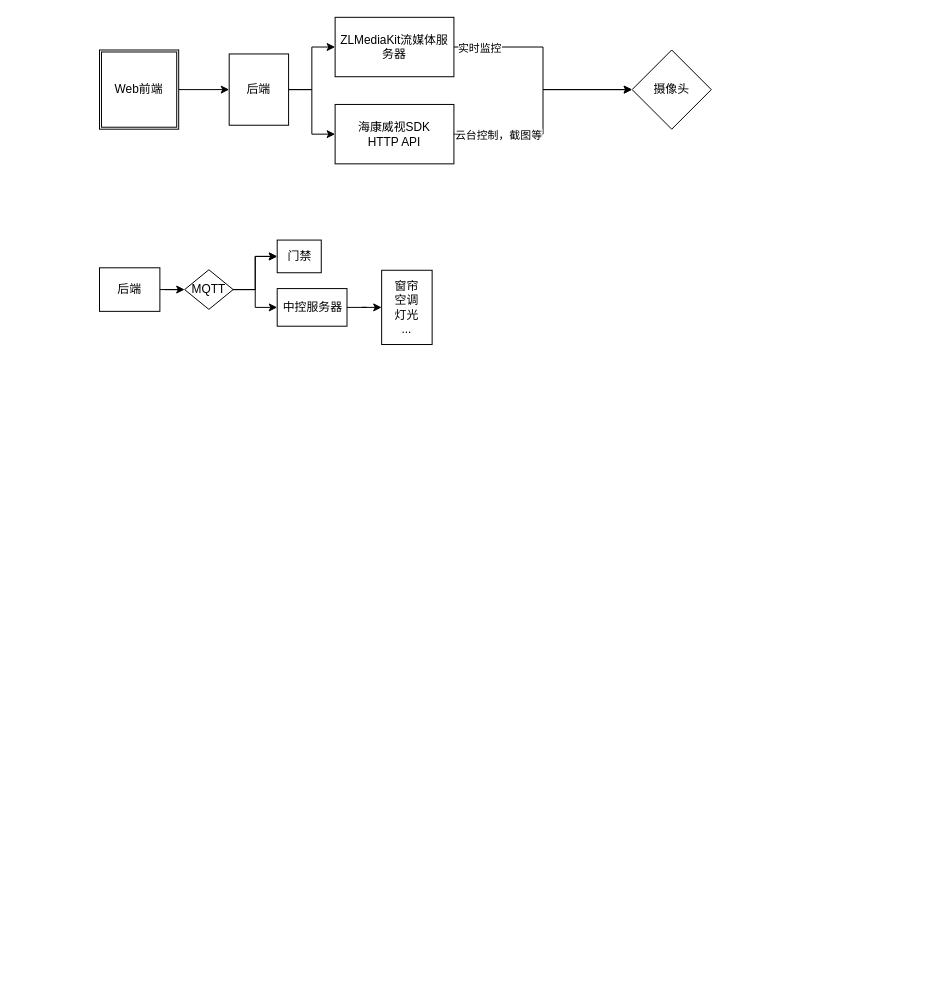
The draw.io diagram 未命名绘图.drawio in nullptr0xf/drawio, before the edit. Source tidied: cells renumbered, new cells numbered last; positions are measured from the earlier drawing's top-left corner, leaving out a move shared by most shapes. Both pictures are drawn from the tidied source at 99%, with x=0, y=0 at pixel (99, 17).
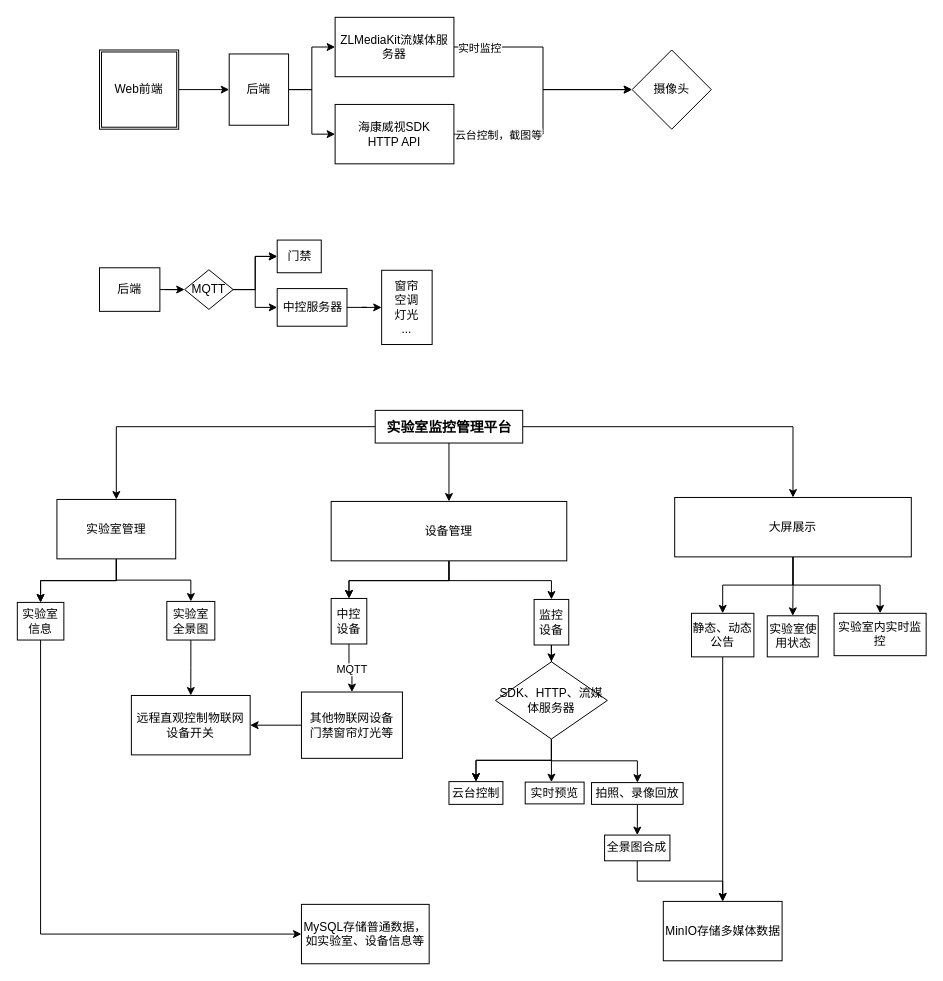
The same page after the edit.

Diff of the diagram source:
```diff
@@
+    <mxCell id="24" style="edgeStyle=orthogonalEdgeStyle;rounded=0;jettySize=auto;html=1;entryX=0.5;entryY=0;entryDx=0;entryDy=0;" parent="1" edge="1" source="27" target="31">
+      <mxGeometry relative="1" as="geometry" />
+    </mxCell>
+    <mxCell id="25" style="edgeStyle=orthogonalEdgeStyle;rounded=0;jettySize=auto;html=1;entryX=0.5;entryY=0;entryDx=0;entryDy=0;" parent="1" edge="1" source="27" target="35">
+      <mxGeometry relative="1" as="geometry" />
+    </mxCell>
+    <mxCell id="26" style="edgeStyle=orthogonalEdgeStyle;rounded=0;jettySize=auto;html=1;entryX=0.5;entryY=0;entryDx=0;entryDy=0;" parent="1" edge="1" source="27" target="39">
+      <mxGeometry relative="1" as="geometry" />
+    </mxCell>
+    <mxCell id="27" value="&lt;p style=&quot;line-height: 24pt;&quot; align=&quot;center&quot; class=&quot;MsoNormal&quot;&gt;&lt;b&gt;&lt;span style=&quot;font-family: 宋体; font-size: 10.5pt;&quot;&gt;实验室监控管理平台&lt;/span&gt;&lt;/b&gt;&lt;/p&gt;" style="whiteSpace=wrap;html=1;" parent="1" vertex="1">
+      <mxGeometry x="278.5" y="397" width="149" height="33" as="geometry" />
+    </mxCell>
+    <mxCell id="28" style="edgeStyle=orthogonalEdgeStyle;rounded=0;jettySize=auto;html=1;" parent="1" edge="1" source="31" target="43">
+      <mxGeometry relative="1" as="geometry" />
+    </mxCell>
+    <mxCell id="29" style="edgeStyle=orthogonalEdgeStyle;rounded=0;jettySize=auto;html=1;" parent="1" edge="1" source="31" target="43">
+      <mxGeometry relative="1" as="geometry" />
+    </mxCell>
+    <mxCell id="30" style="edgeStyle=orthogonalEdgeStyle;rounded=0;jettySize=auto;html=1;entryX=0.5;entryY=0;entryDx=0;entryDy=0;" parent="1" edge="1" source="31" target="45">
+      <mxGeometry relative="1" as="geometry" />
+    </mxCell>
+    <mxCell id="31" value="实验室管理" style="rounded=0;whiteSpace=wrap;html=1;" parent="1" vertex="1">
+      <mxGeometry x="-43" y="487" width="120" height="60" as="geometry" />
+    </mxCell>
+    <mxCell id="32" style="edgeStyle=orthogonalEdgeStyle;rounded=0;jettySize=auto;html=1;" parent="1" edge="1" source="35" target="48">
+      <mxGeometry relative="1" as="geometry" />
+    </mxCell>
+    <mxCell id="33" style="edgeStyle=orthogonalEdgeStyle;rounded=0;jettySize=auto;html=1;" parent="1" edge="1" source="35" target="48">
+      <mxGeometry relative="1" as="geometry" />
+    </mxCell>
+    <mxCell id="34" style="edgeStyle=orthogonalEdgeStyle;rounded=0;jettySize=auto;html=1;" parent="1" edge="1" source="35" target="50">
+      <mxGeometry relative="1" as="geometry" />
+    </mxCell>
+    <mxCell id="35" value="设备管理" style="rounded=0;whiteSpace=wrap;html=1;" parent="1" vertex="1">
+      <mxGeometry x="234" y="489" width="238" height="60" as="geometry" />
+    </mxCell>
+    <mxCell id="36" style="edgeStyle=orthogonalEdgeStyle;rounded=0;jettySize=auto;html=1;" parent="1" edge="1" source="39" target="52">
+      <mxGeometry relative="1" as="geometry" />
+    </mxCell>
+    <mxCell id="37" style="edgeStyle=orthogonalEdgeStyle;rounded=0;jettySize=auto;html=1;" parent="1" edge="1" source="39" target="53">
+      <mxGeometry relative="1" as="geometry" />
+    </mxCell>
+    <mxCell id="38" style="edgeStyle=orthogonalEdgeStyle;rounded=0;jettySize=auto;html=1;" parent="1" edge="1" source="39" target="67">
+      <mxGeometry relative="1" as="geometry" />
+    </mxCell>
+    <mxCell id="39" value="大屏展示" style="rounded=0;whiteSpace=wrap;html=1;" parent="1" vertex="1">
+      <mxGeometry x="581" y="485" width="239" height="60" as="geometry" />
+    </mxCell>
+    <mxCell id="40" value="MySQL存储普通数据，如实验室、设备信息等" style="rounded=0;whiteSpace=wrap;html=1;" parent="1" vertex="1">
+      <mxGeometry x="204" y="896" width="129" height="60" as="geometry" />
+    </mxCell>
+    <mxCell id="41" value="MinIO存储多媒体数据" style="rounded=0;whiteSpace=wrap;html=1;" parent="1" vertex="1">
+      <mxGeometry x="569.5" y="893" width="120" height="60" as="geometry" />
+    </mxCell>
+    <mxCell id="42" style="edgeStyle=orthogonalEdgeStyle;rounded=0;jettySize=auto;html=1;entryX=0;entryY=0.5;entryDx=0;entryDy=0;exitX=0.5;exitY=1;exitDx=0;exitDy=0;" parent="1" edge="1" source="43" target="40">
+      <mxGeometry relative="1" as="geometry" />
+    </mxCell>
+    <mxCell id="43" value="实验室信息" style="rounded=0;whiteSpace=wrap;html=1;" parent="1" vertex="1">
+      <mxGeometry x="-83" y="591" width="47" height="38" as="geometry" />
+    </mxCell>
+    <mxCell id="44" style="edgeStyle=orthogonalEdgeStyle;rounded=0;jettySize=auto;html=1;" parent="1" edge="1" source="45" target="68">
+      <mxGeometry relative="1" as="geometry" />
+    </mxCell>
+    <mxCell id="45" value="实验室全景图" style="rounded=0;whiteSpace=wrap;html=1;" parent="1" vertex="1">
+      <mxGeometry x="68" y="590" width="48.5" height="39" as="geometry" />
+    </mxCell>
+    <mxCell id="46" style="edgeStyle=orthogonalEdgeStyle;rounded=0;jettySize=auto;html=1;entryX=0.5;entryY=0;entryDx=0;entryDy=0;" parent="1" edge="1" source="48" target="55">
+      <mxGeometry relative="1" as="geometry" />
+    </mxCell>
+    <mxCell id="47" value="MQTT" style="edgeLabel;html=1;align=center;verticalAlign=middle;" parent="46" vertex="1">
+      <mxGeometry x="0.1" y="-1" relative="1" as="geometry" />
+    </mxCell>
+    <mxCell id="48" value="中控设备" style="whiteSpace=wrap;html=1;rounded=0;" parent="1" vertex="1">
+      <mxGeometry x="234" y="587" width="36" height="46" as="geometry" />
+    </mxCell>
+    <mxCell id="49" style="edgeStyle=orthogonalEdgeStyle;rounded=0;jettySize=auto;html=1;" parent="1" edge="1" source="50" target="61">
+      <mxGeometry relative="1" as="geometry" />
+    </mxCell>
+    <mxCell id="50" value="监控设备" style="rounded=0;whiteSpace=wrap;html=1;" parent="1" vertex="1">
+      <mxGeometry x="439" y="588" width="35" height="46" as="geometry" />
+    </mxCell>
+    <mxCell id="51" style="edgeStyle=orthogonalEdgeStyle;rounded=0;jettySize=auto;html=1;entryX=0.5;entryY=0;entryDx=0;entryDy=0;" parent="1" edge="1" source="52" target="41">
+      <mxGeometry relative="1" as="geometry" />
+    </mxCell>
+    <mxCell id="52" value="静态、动态公告" style="rounded=0;whiteSpace=wrap;html=1;" parent="1" vertex="1">
+      <mxGeometry x="598" y="602" width="63" height="44" as="geometry" />
+    </mxCell>
+    <mxCell id="53" value="实验室使用状态" style="rounded=0;whiteSpace=wrap;html=1;" parent="1" vertex="1">
+      <mxGeometry x="674.5" y="604.5" width="51.5" height="41.5" as="geometry" />
+    </mxCell>
+    <mxCell id="54" style="edgeStyle=orthogonalEdgeStyle;rounded=0;jettySize=auto;html=1;entryX=1;entryY=0.5;entryDx=0;entryDy=0;" parent="1" edge="1" source="55" target="68">
+      <mxGeometry relative="1" as="geometry" />
+    </mxCell>
+    <mxCell id="55" value="其他物联网设备&lt;div&gt;门禁窗帘灯光等&lt;/div&gt;" style="whiteSpace=wrap;html=1;rounded=0;" parent="1" vertex="1">
+      <mxGeometry x="204" y="681.5" width="102" height="67" as="geometry" />
+    </mxCell>
+    <mxCell id="56" value="云台控制" style="rounded=0;whiteSpace=wrap;html=1;" parent="1" vertex="1">
+      <mxGeometry x="353" y="772" width="54.5" height="23" as="geometry" />
+    </mxCell>
+    <mxCell id="57" style="edgeStyle=orthogonalEdgeStyle;rounded=0;jettySize=auto;html=1;" parent="1" edge="1" source="61" target="56">
+      <mxGeometry relative="1" as="geometry" />
+    </mxCell>
+    <mxCell id="58" style="edgeStyle=orthogonalEdgeStyle;rounded=0;jettySize=auto;html=1;" parent="1" edge="1" source="61" target="56">
+      <mxGeometry relative="1" as="geometry" />
+    </mxCell>
+    <mxCell id="59" style="edgeStyle=orthogonalEdgeStyle;rounded=0;jettySize=auto;html=1;" parent="1" edge="1" source="61" target="62">
+      <mxGeometry relative="1" as="geometry">
+        <Array as="points">
+          <mxPoint x="457" y="747" />
+          <mxPoint x="457" y="747" />
+        </Array>
+      </mxGeometry>
+    </mxCell>
+    <mxCell id="60" style="edgeStyle=orthogonalEdgeStyle;rounded=0;jettySize=auto;html=1;" parent="1" edge="1" source="61" target="64">
+      <mxGeometry relative="1" as="geometry" />
+    </mxCell>
+    <mxCell id="61" value="SDK、HTTP、流媒体服务器" style="rhombus;whiteSpace=wrap;html=1;" parent="1" vertex="1">
+      <mxGeometry x="400" y="651" width="113" height="78" as="geometry" />
+    </mxCell>
+    <mxCell id="62" value="实时预览" style="rounded=0;whiteSpace=wrap;html=1;" parent="1" vertex="1">
+      <mxGeometry x="430" y="772.5" width="59.5" height="22" as="geometry" />
+    </mxCell>
+    <mxCell id="63" style="edgeStyle=orthogonalEdgeStyle;rounded=0;jettySize=auto;html=1;" parent="1" edge="1" source="64" target="66">
+      <mxGeometry relative="1" as="geometry" />
+    </mxCell>
+    <mxCell id="64" value="拍照、录像回放" style="rounded=0;whiteSpace=wrap;html=1;" parent="1" vertex="1">
+      <mxGeometry x="497" y="773" width="92.5" height="22" as="geometry" />
+    </mxCell>
+    <mxCell id="65" style="edgeStyle=orthogonalEdgeStyle;rounded=0;jettySize=auto;html=1;entryX=0.5;entryY=0;entryDx=0;entryDy=0;" parent="1" edge="1" source="66" target="41">
+      <mxGeometry relative="1" as="geometry" />
+    </mxCell>
+    <mxCell id="66" value="全景图合成" style="whiteSpace=wrap;html=1;rounded=0;" parent="1" vertex="1">
+      <mxGeometry x="510.2" y="826" width="66" height="26" as="geometry" />
+    </mxCell>
+    <mxCell id="67" value="实验室内实时监控" style="rounded=0;whiteSpace=wrap;html=1;" parent="1" vertex="1">
+      <mxGeometry x="742" y="602" width="93" height="42.8" as="geometry" />
+    </mxCell>
+    <mxCell id="68" value="远程直观控制物联网设备开关" style="rounded=0;whiteSpace=wrap;html=1;" parent="1" vertex="1">
+      <mxGeometry x="32.2" y="685" width="120" height="60" as="geometry" />
+    </mxCell>
```
